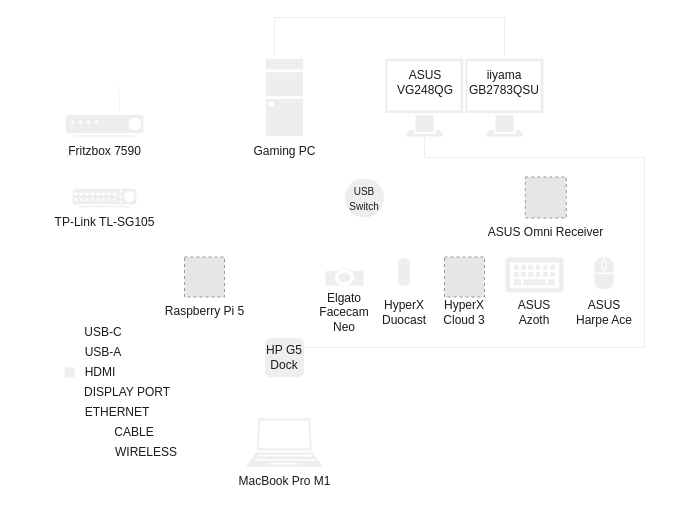
kille19/kille19 keeps this draw.io diagram as Diagramme sans nom.drawio. Above is the earlier version. Source tidied: cells renumbered, new cells numbered last; positions are measured from the earlier drawing's top-left corner, leaving out a move shared by most shapes. Both pictures are drawn from the tidied source at 100%, with x=0, y=0 at pixel (44, 17). Pictures stored in the file or linked from it are replaced by grey dashed boxes.
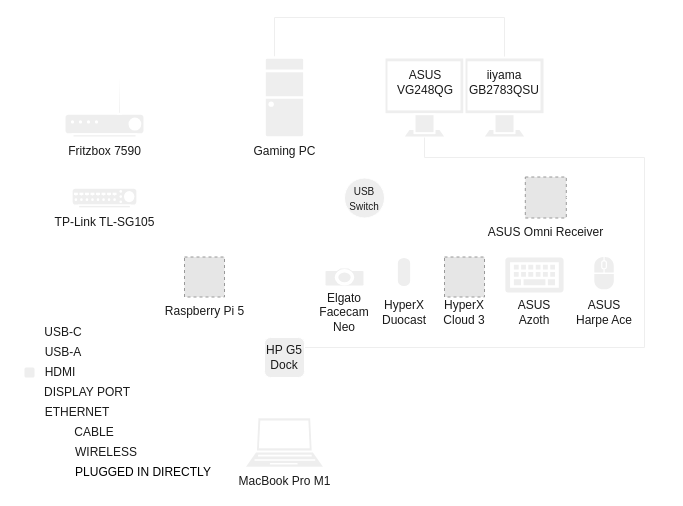
After the change.

Commit message:
Mettre à jour Diagramme sans nom.drawio

Unchanged cells that the change refers to:
```xml
<mxCell id="20" value="&lt;font style=&quot;font-size: 10px;&quot;&gt;USB Switch&lt;/font&gt;" style="ellipse;whiteSpace=wrap;html=1;labelBackgroundColor=none;fillColor=#EEEEEE;strokeColor=#FFFFFF;fontColor=#1A1A1A;" parent="1" vertex="1">
  <mxGeometry x="300" y="160.5" width="40" height="40" as="geometry" />
</mxCell>
<mxCell id="21" value="ASUS Omni Receiver" style="fillColor=#E6E6E6;strokeColor=#999999;dashed=1;html=1;verticalAlign=top;verticalLabelPosition=bottom;labelBackgroundColor=none;rotation=0;fontColor=#1A1A1A;" parent="1" vertex="1">
  <mxGeometry x="480.8" y="159.5" width="41" height="41" as="geometry" />
</mxCell>
```

The edit, as a diff of the source:
```diff
@@
-    <mxCell id="12" style="edgeStyle=orthogonalEdgeStyle;rounded=0;jettySize=auto;html=1;strokeColor=#FFFFFF;fontColor=default;endArrow=none;endFill=0;labelBackgroundColor=none;" parent="1" edge="1" source="20" target="21">
+    <mxCell id="12" style="edgeStyle=orthogonalEdgeStyle;rounded=0;jettySize=auto;html=1;strokeColor=light-dark(#FFFFFF,#3333FF);fontColor=default;endArrow=none;endFill=0;labelBackgroundColor=none;startArrow=box;startFill=0;" parent="1" edge="1" source="20" target="21">
       <mxGeometry relative="1" as="geometry" />
     </mxCell>
@@
     <mxCell id="47" style="rounded=1;whiteSpace=wrap;html=1;strokeColor=none;fontColor=#1A1A1A;fillColor=light-dark(#FFFFFF,#FF0000);labelBackgroundColor=none;" parent="1" vertex="1">
-      <mxGeometry x="20" y="310" width="10" height="10" as="geometry" />
+      <mxGeometry x="-20" y="310" width="10" height="10" as="geometry" />
     </mxCell>
     <mxCell id="48" style="rounded=1;whiteSpace=wrap;html=1;strokeColor=none;fontColor=#1A1A1A;fillColor=light-dark(#FFFFFF,#9933FF);labelBackgroundColor=none;" parent="1" vertex="1">
-      <mxGeometry x="20" y="370" width="10" height="10" as="geometry" />
+      <mxGeometry x="-20" y="370" width="10" height="10" as="geometry" />
     </mxCell>
     <mxCell id="49" style="rounded=1;whiteSpace=wrap;html=1;strokeColor=none;fontColor=#1A1A1A;fillColor=light-dark(#EEEEEE,#00CC00);labelBackgroundColor=none;" parent="1" vertex="1">
-      <mxGeometry x="20" y="350" width="10" height="10" as="geometry" />
+      <mxGeometry x="-20" y="350" width="10" height="10" as="geometry" />
     </mxCell>
     <mxCell id="50" style="rounded=1;whiteSpace=wrap;html=1;strokeColor=none;fontColor=#1A1A1A;fillColor=light-dark(#FFFFFF,#3333FF);labelBackgroundColor=none;" parent="1" vertex="1">
-      <mxGeometry x="20" y="330" width="10" height="10" as="geometry" />
+      <mxGeometry x="-20" y="330" width="10" height="10" as="geometry" />
     </mxCell>
     <mxCell id="51" value="USB-C" style="text;html=1;whiteSpace=wrap;strokeColor=none;fillColor=none;align=center;verticalAlign=middle;rounded=0;fontColor=#1A1A1A;labelBackgroundColor=none;" parent="1" vertex="1">
-      <mxGeometry x="39" y="310" width="40" height="10" as="geometry" />
+      <mxGeometry x="-1" y="310" width="40" height="10" as="geometry" />
     </mxCell>
     <mxCell id="52" value="USB-A" style="text;html=1;whiteSpace=wrap;strokeColor=none;fillColor=none;align=center;verticalAlign=middle;rounded=0;fontColor=#1A1A1A;labelBackgroundColor=none;" parent="1" vertex="1">
-      <mxGeometry x="39" y="330" width="40" height="10" as="geometry" />
+      <mxGeometry x="-1" y="330" width="40" height="10" as="geometry" />
     </mxCell>
     <mxCell id="53" value="HDMI" style="text;html=1;whiteSpace=wrap;strokeColor=none;fillColor=none;align=center;verticalAlign=middle;rounded=0;fontColor=#1A1A1A;labelBackgroundColor=none;" parent="1" vertex="1">
-      <mxGeometry x="41" y="350" width="30" height="10" as="geometry" />
+      <mxGeometry x="1" y="350" width="30" height="10" as="geometry" />
     </mxCell>
     <mxCell id="54" value="DISPLAY PORT" style="text;html=1;whiteSpace=wrap;strokeColor=none;fillColor=none;align=center;verticalAlign=middle;rounded=0;fontColor=#1A1A1A;labelBackgroundColor=none;" parent="1" vertex="1">
-      <mxGeometry x="38" y="370" width="90" height="10" as="geometry" />
+      <mxGeometry x="-2" y="370" width="90" height="10" as="geometry" />
     </mxCell>
     <mxCell id="55" value="ETHERNET" style="text;html=1;whiteSpace=wrap;strokeColor=none;fillColor=none;align=center;verticalAlign=middle;rounded=0;fontColor=#1A1A1A;labelBackgroundColor=none;" parent="1" vertex="1">
-      <mxGeometry x="38" y="390" width="70" height="10" as="geometry" />
+      <mxGeometry x="-2" y="390" width="70" height="10" as="geometry" />
     </mxCell>
     <mxCell id="56" style="rounded=1;whiteSpace=wrap;html=1;strokeColor=none;fontColor=#1A1A1A;fillColor=light-dark(#FFFFFF,#FFFF33);labelBackgroundColor=none;" parent="1" vertex="1">
-      <mxGeometry x="20" y="390" width="10" height="10" as="geometry" />
+      <mxGeometry x="-20" y="390" width="10" height="10" as="geometry" />
     </mxCell>
     <mxCell id="57" style="endArrow=none;html=1;rounded=0;strokeColor=#FFFFFF;fontColor=default;labelBackgroundColor=none;" parent="1" edge="1">
       <mxGeometry relative="1" as="geometry">
-        <mxPoint x="20" y="415" as="sourcePoint" />
-        <mxPoint x="60" y="415" as="targetPoint" />
+        <mxPoint x="-20" y="415" as="sourcePoint" />
+        <mxPoint x="20" y="415" as="targetPoint" />
       </mxGeometry>
     </mxCell>
     <mxCell id="58" style="endArrow=none;html=1;rounded=0;strokeColor=#FFFFFF;fontColor=default;dashed=1;labelBackgroundColor=none;" parent="1" edge="1">
       <mxGeometry relative="1" as="geometry">
-        <mxPoint x="20" y="435" as="sourcePoint" />
-        <mxPoint x="60" y="435" as="targetPoint" />
+        <mxPoint x="-20" y="435" as="sourcePoint" />
+        <mxPoint x="20" y="435" as="targetPoint" />
       </mxGeometry>
     </mxCell>
     <mxCell id="59" value="CABLE" style="text;html=1;whiteSpace=wrap;strokeColor=none;fillColor=none;align=center;verticalAlign=middle;rounded=0;fontColor=#1A1A1A;labelBackgroundColor=none;" parent="1" vertex="1">
-      <mxGeometry x="70" y="410" width="40" height="10" as="geometry" />
+      <mxGeometry x="30" y="410" width="40" height="10" as="geometry" />
     </mxCell>
     <mxCell id="60" value="WIRELESS" style="text;html=1;whiteSpace=wrap;strokeColor=none;fillColor=none;align=center;verticalAlign=middle;rounded=0;fontColor=#1A1A1A;labelBackgroundColor=none;" parent="1" vertex="1">
-      <mxGeometry x="72" y="430" width="60" height="10" as="geometry" />
+      <mxGeometry x="32" y="430" width="60" height="10" as="geometry" />
     </mxCell>
@@
+    <mxCell id="79" style="endArrow=box;html=1;rounded=0;strokeColor=#FFFFFF;fontColor=default;labelBackgroundColor=none;endFill=0;" parent="1" edge="1">
+      <mxGeometry relative="1" as="geometry">
+        <mxPoint x="-20" y="455" as="sourcePoint" />
+        <mxPoint x="20" y="455" as="targetPoint" />
+      </mxGeometry>
+    </mxCell>
+    <mxCell id="80" value="PLUGGED IN DIRECTLY" style="text;html=1;whiteSpace=wrap;strokeColor=none;fillColor=none;align=center;verticalAlign=middle;rounded=0;" parent="1" vertex="1">
+      <mxGeometry x="28" y="450" width="142" height="10" as="geometry" />
+    </mxCell>
```
